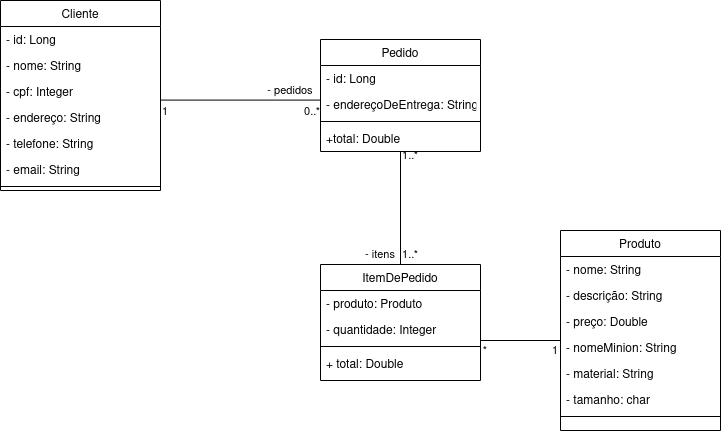
FelipeBBravim/Desafio_BGC keeps this draw.io diagram as BGC.png. Above is the earlier version. Source tidied: cells renumbered, new cells last; positions are measured from the earlier drawing's top-left corner, leaving out a move shared by most shapes.
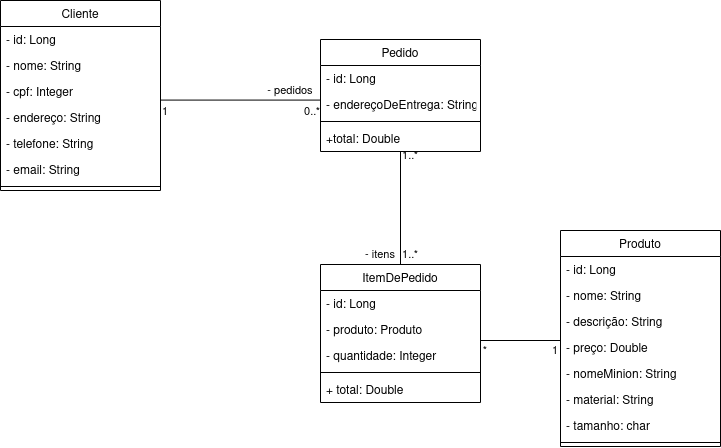
The same diagram one commit later.

Commit message:
Diagrama de classes - correção

Change to the diagram source:
```diff
@@ -27,28 +27,31 @@
       <mxGeometry y="182" width="160" height="8" as="geometry" />
     </mxCell>
     <mxCell id="10" value="Produto" style="swimlane;fontStyle=0;align=center;verticalAlign=top;horizontal=1;startSize=26;rounded=0;shadow=0;strokeWidth=1;" parent="1" vertex="1">
-      <mxGeometry x="560" y="230" width="160" height="200" as="geometry" />
+      <mxGeometry x="560" y="230" width="160" height="216" as="geometry" />
     </mxCell>
+    <mxCell id="39" value="- id: Long" style="text;align=left;verticalAlign=top;spacingLeft=4;spacingRight=4;overflow=hidden;" parent="10" vertex="1">
+      <mxGeometry y="26" width="160" height="26" as="geometry" />
+    </mxCell>
     <mxCell id="11" value="- nome: String" style="text;align=left;verticalAlign=top;spacingLeft=4;spacingRight=4;overflow=hidden;" parent="10" vertex="1">
-      <mxGeometry y="26" width="160" height="26" as="geometry" />
+      <mxGeometry y="52" width="160" height="26" as="geometry" />
     </mxCell>
     <mxCell id="12" value="- descrição: String" style="text;align=left;verticalAlign=top;spacingLeft=4;spacingRight=4;overflow=hidden;rounded=0;shadow=0;html=0;" parent="10" vertex="1">
-      <mxGeometry y="52" width="160" height="26" as="geometry" />
+      <mxGeometry y="78" width="160" height="26" as="geometry" />
     </mxCell>
     <mxCell id="13" value="- preço: Double" style="text;align=left;verticalAlign=top;spacingLeft=4;spacingRight=4;overflow=hidden;rounded=0;shadow=0;html=0;" parent="10" vertex="1">
-      <mxGeometry y="78" width="160" height="26" as="geometry" />
+      <mxGeometry y="104" width="160" height="26" as="geometry" />
     </mxCell>
     <mxCell id="14" value="- nomeMinion: String" style="text;align=left;verticalAlign=top;spacingLeft=4;spacingRight=4;overflow=hidden;" parent="10" vertex="1">
-      <mxGeometry y="104" width="160" height="26" as="geometry" />
+      <mxGeometry y="130" width="160" height="26" as="geometry" />
     </mxCell>
     <mxCell id="15" value="- material: String" style="text;align=left;verticalAlign=top;spacingLeft=4;spacingRight=4;overflow=hidden;" parent="10" vertex="1">
-      <mxGeometry y="130" width="160" height="26" as="geometry" />
+      <mxGeometry y="156" width="160" height="26" as="geometry" />
     </mxCell>
     <mxCell id="16" value="- tamanho: char" style="text;align=left;verticalAlign=top;spacingLeft=4;spacingRight=4;overflow=hidden;" parent="10" vertex="1">
-      <mxGeometry y="156" width="160" height="26" as="geometry" />
+      <mxGeometry y="182" width="160" height="26" as="geometry" />
     </mxCell>
     <mxCell id="17" style="line;html=1;strokeWidth=1;align=left;verticalAlign=middle;spacingTop=-1;spacingLeft=3;spacingRight=3;labelPosition=right;" parent="10" vertex="1">
-      <mxGeometry y="182" width="160" height="8" as="geometry" />
+      <mxGeometry y="208" width="160" height="8" as="geometry" />
     </mxCell>
     <mxCell id="18" style="edgeStyle=orthogonalEdgeStyle;rounded=1;sketch=0;jettySize=auto;html=1;shadow=0;endArrow=none;endFill=0;fontSize=11;" parent="1" edge="1" source="19" target="30">
       <mxGeometry relative="1" as="geometry" />
@@ -100,19 +103,22 @@
       </mxCell>
     </object>
     <mxCell id="30" value="ItemDePedido" style="swimlane;fontStyle=0;align=center;verticalAlign=top;horizontal=1;startSize=26;rounded=0;shadow=0;strokeWidth=1;" parent="1" vertex="1">
-      <mxGeometry x="320" y="264" width="160" height="116" as="geometry" />
+      <mxGeometry x="320" y="264" width="160" height="138" as="geometry" />
     </mxCell>
+    <mxCell id="40" value="- id: Long" style="text;align=left;verticalAlign=top;spacingLeft=4;spacingRight=4;overflow=hidden;" parent="30" vertex="1">
+      <mxGeometry y="26" width="160" height="26" as="geometry" />
+    </mxCell>
     <mxCell id="31" value="- produto: Produto" style="text;align=left;verticalAlign=top;spacingLeft=4;spacingRight=4;overflow=hidden;" parent="30" vertex="1">
-      <mxGeometry y="26" width="160" height="26" as="geometry" />
+      <mxGeometry y="52" width="160" height="26" as="geometry" />
     </mxCell>
     <mxCell id="32" value="- quantidade: Integer" style="text;align=left;verticalAlign=top;spacingLeft=4;spacingRight=4;overflow=hidden;" parent="30" vertex="1">
-      <mxGeometry y="52" width="160" height="26" as="geometry" />
+      <mxGeometry y="78" width="160" height="26" as="geometry" />
     </mxCell>
     <mxCell id="33" style="line;html=1;strokeWidth=1;align=left;verticalAlign=middle;spacingTop=-1;spacingLeft=3;spacingRight=3;labelPosition=right;" parent="30" vertex="1">
-      <mxGeometry y="78" width="160" height="8" as="geometry" />
+      <mxGeometry y="104" width="160" height="8" as="geometry" />
     </mxCell>
     <mxCell id="34" value="+ total: Double" style="text;align=left;verticalAlign=top;spacingLeft=4;spacingRight=4;overflow=hidden;" parent="30" vertex="1">
-      <mxGeometry y="86" width="160" height="26" as="geometry" />
+      <mxGeometry y="112" width="160" height="26" as="geometry" />
     </mxCell>
     <mxCell id="35" style="endArrow=none;html=1;edgeStyle=orthogonalEdgeStyle;shadow=0;fontSize=11;" parent="1" edge="1">
       <mxGeometry relative="1" as="geometry">
```
